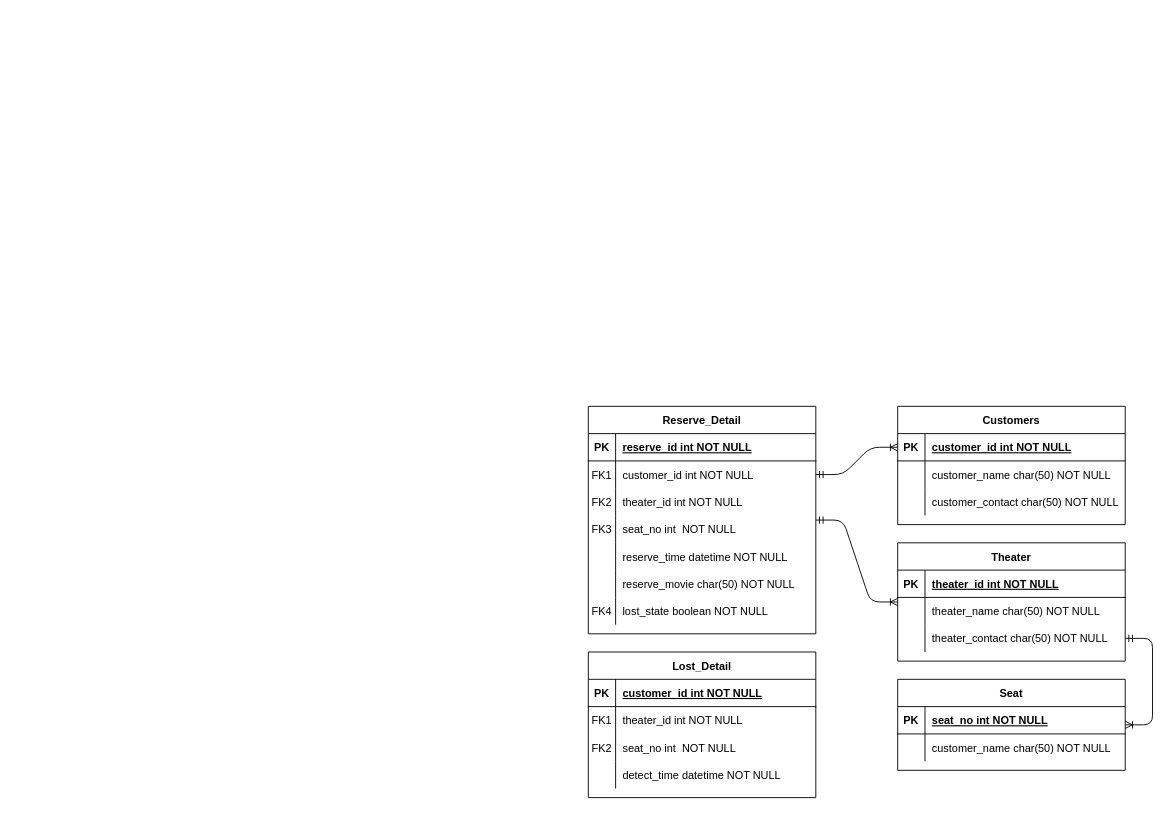
This is ERDiagram.drawio from DKU-Song2-mushroom-HanJung-sik/Matsutake, a draw.io file, before an edit. Source tidied: cells renumbered, new cells numbered last; positions are measured from the earlier drawing's top-left corner, leaving out a move shared by most shapes. Both pictures are drawn from the tidied source at 91%, with x=0, y=0 at pixel (588, 406).
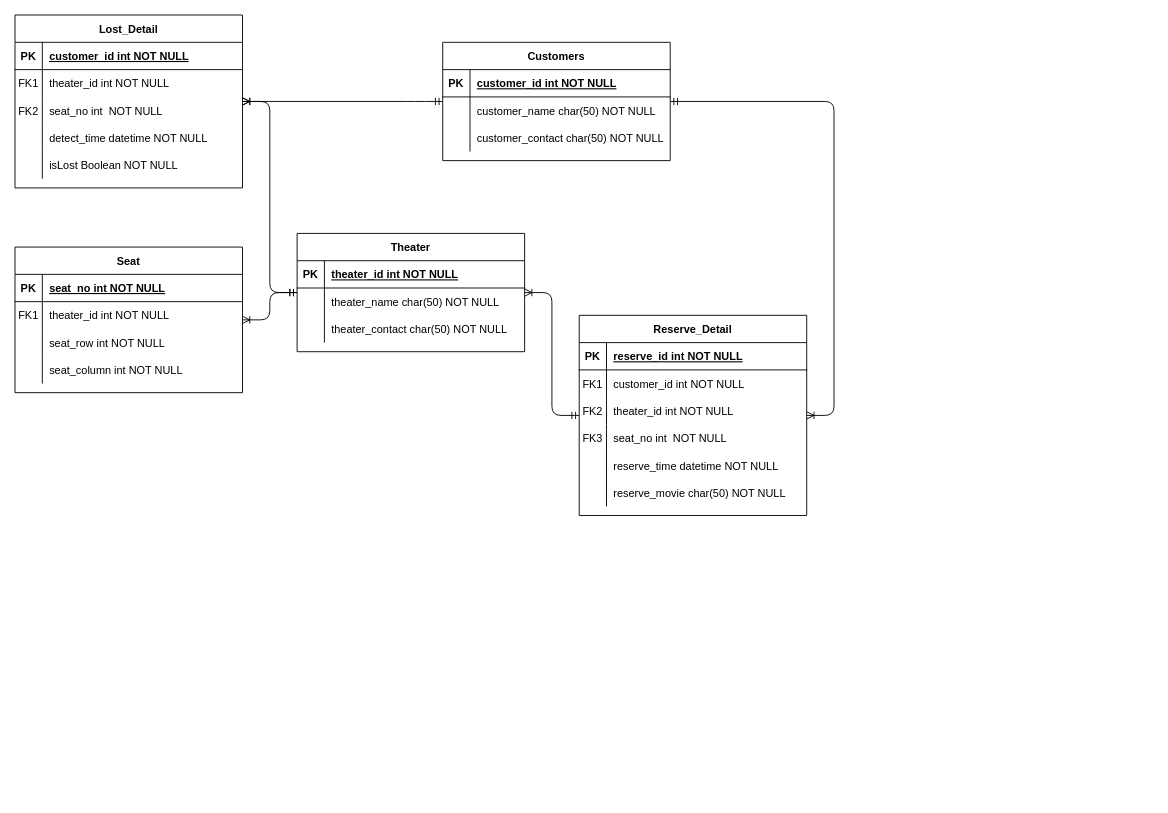
After the change.

Unchanged cells that the change refers to:
```xml
<mxCell id="6" style="shape=partialRectangle;fillColor=none;points=[[0,0.5],[1,0.5]];portConstraint=eastwest;top=0;left=0;right=0;bottom=0;" parent="2" vertex="1">
  <mxGeometry y="60" width="250" height="30" as="geometry" />
</mxCell>
<mxCell id="31" style="shape=partialRectangle;fillColor=none;points=[[0,0.5],[1,0.5]];portConstraint=eastwest;top=0;left=0;right=0;bottom=0;" parent="24" vertex="1">
  <mxGeometry y="90" width="250" height="30" as="geometry" />
</mxCell>
<mxCell id="38" style="shape=partialRectangle;fillColor=none;top=0;left=0;right=0;bottom=0;" parent="34" vertex="1">
  <mxGeometry y="60" width="250" height="30" as="geometry" />
</mxCell>
<mxCell id="42" style="shape=partialRectangle;fillColor=none;points=[[0,0.5],[1,0.5]];portConstraint=eastwest;top=0;left=0;right=0;bottom=1;" parent="41" vertex="1">
  <mxGeometry y="30" width="250" height="30" as="geometry" />
</mxCell>
```

Change to the diagram source:
```diff
@@
     <mxCell id="2" value="Reserve_Detail" style="shape=table;startSize=30;childLayout=tableLayout;rowLines=0;fontStyle=1;align=center;" parent="1" vertex="1">
-      <mxGeometry width="250" height="250" as="geometry" />
+      <mxGeometry x="-10" y="-100" width="250" height="220" as="geometry" />
     </mxCell>
@@
-    <mxCell id="21" style="shape=partialRectangle;fillColor=none;top=0;left=0;right=0;bottom=0;" parent="2" vertex="1">
-      <mxGeometry y="210" width="250" height="30" as="geometry" />
-    </mxCell>
-    <mxCell id="22" value="FK4" style="shape=partialRectangle;overflow=hidden;fillColor=none;top=0;left=0;bottom=0;right=0;" parent="21" vertex="1">
-      <mxGeometry width="30" height="30" as="geometry" />
-    </mxCell>
-    <mxCell id="23" value="lost_state boolean NOT NULL" style="shape=partialRectangle;overflow=hidden;fillColor=none;top=0;left=0;bottom=0;right=0;align=left;spacingLeft=6;" parent="21" vertex="1">
-      <mxGeometry x="30" width="220" height="30" as="geometry" />
-    </mxCell>
     <mxCell id="24" value="Theater" style="shape=table;startSize=30;childLayout=tableLayout;rowLines=0;fontStyle=1;align=center;" parent="1" vertex="1">
-      <mxGeometry x="340" y="150" width="250" height="130" as="geometry" />
+      <mxGeometry x="-320" y="-190" width="250" height="130" as="geometry" />
     </mxCell>
@@
     <mxCell id="34" value="Seat" style="shape=table;startSize=30;childLayout=tableLayout;rowLines=0;fontStyle=1;align=center;" parent="1" vertex="1">
-      <mxGeometry x="340" y="300" width="250" height="100" as="geometry" />
+      <mxGeometry x="-630" y="-175" width="250" height="160" as="geometry" />
     </mxCell>
@@
-    <mxCell id="39" style="shape=partialRectangle;overflow=hidden;fillColor=none;top=0;left=0;bottom=0;right=0;" parent="38" vertex="1">
+    <mxCell id="39" value="FK1" style="shape=partialRectangle;overflow=hidden;fillColor=none;top=0;left=0;bottom=0;right=0;" parent="38" vertex="1">
       <mxGeometry width="30" height="30" as="geometry" />
     </mxCell>
-    <mxCell id="40" value="customer_name char(50) NOT NULL" style="shape=partialRectangle;overflow=hidden;fillColor=none;top=0;left=0;bottom=0;right=0;align=left;spacingLeft=6;" parent="38" vertex="1">
+    <mxCell id="40" value="theater_id int NOT NULL" style="shape=partialRectangle;overflow=hidden;fillColor=none;top=0;left=0;bottom=0;right=0;align=left;spacingLeft=6;" parent="38" vertex="1">
       <mxGeometry x="30" width="220" height="30" as="geometry" />
     </mxCell>
+    <mxCell id="68" style="shape=partialRectangle;fillColor=none;top=0;left=0;right=0;bottom=0;" parent="34" vertex="1">
+      <mxGeometry y="90" width="250" height="30" as="geometry" />
+    </mxCell>
+    <mxCell id="69" style="shape=partialRectangle;overflow=hidden;fillColor=none;top=0;left=0;bottom=0;right=0;" parent="68" vertex="1">
+      <mxGeometry width="30" height="30" as="geometry" />
+    </mxCell>
+    <mxCell id="70" value="seat_row int NOT NULL" style="shape=partialRectangle;overflow=hidden;fillColor=none;top=0;left=0;bottom=0;right=0;align=left;spacingLeft=6;" parent="68" vertex="1">
+      <mxGeometry x="30" width="220" height="30" as="geometry" />
+    </mxCell>
+    <mxCell id="71" style="shape=partialRectangle;fillColor=none;top=0;left=0;right=0;bottom=0;" parent="34" vertex="1">
+      <mxGeometry y="120" width="250" height="30" as="geometry" />
+    </mxCell>
+    <mxCell id="72" style="shape=partialRectangle;overflow=hidden;fillColor=none;top=0;left=0;bottom=0;right=0;" parent="71" vertex="1">
+      <mxGeometry width="30" height="30" as="geometry" />
+    </mxCell>
+    <mxCell id="73" value="seat_column int NOT NULL" style="shape=partialRectangle;overflow=hidden;fillColor=none;top=0;left=0;bottom=0;right=0;align=left;spacingLeft=6;" parent="71" vertex="1">
+      <mxGeometry x="30" width="220" height="30" as="geometry" />
+    </mxCell>
     <mxCell id="41" value="Customers" style="shape=table;startSize=30;childLayout=tableLayout;rowLines=0;fontStyle=1;align=center;" parent="1" vertex="1">
-      <mxGeometry x="340" width="250" height="130" as="geometry" />
+      <mxGeometry x="-160" y="-400" width="250" height="130" as="geometry" />
     </mxCell>
@@
     <mxCell id="51" value="Lost_Detail" style="shape=table;startSize=30;childLayout=tableLayout;rowLines=0;fontStyle=1;align=center;" parent="1" vertex="1">
-      <mxGeometry y="270" width="250" height="160" as="geometry" />
+      <mxGeometry x="-630" y="-430" width="250" height="190" as="geometry" />
     </mxCell>
@@
+    <mxCell id="74" style="shape=partialRectangle;fillColor=none;top=0;left=0;right=0;bottom=0;" parent="51" vertex="1">
+      <mxGeometry y="150" width="250" height="30" as="geometry" />
+    </mxCell>
+    <mxCell id="75" style="shape=partialRectangle;overflow=hidden;fillColor=none;top=0;left=0;bottom=0;right=0;" parent="74" vertex="1">
+      <mxGeometry width="30" height="30" as="geometry" />
+    </mxCell>
+    <mxCell id="76" value="isLost Boolean NOT NULL" style="shape=partialRectangle;overflow=hidden;fillColor=none;top=0;left=0;bottom=0;right=0;align=left;spacingLeft=6;" parent="74" vertex="1">
+      <mxGeometry x="30" width="220" height="30" as="geometry" />
+    </mxCell>
-    <mxCell id="64" style="edgeStyle=entityRelationEdgeStyle;fontSize=12;html=1;endArrow=ERoneToMany;startArrow=ERmandOne;exitX=1;exitY=0.5;exitDx=0;exitDy=0;" parent="1" edge="1" source="31" target="34">
+    <mxCell id="64" style="edgeStyle=entityRelationEdgeStyle;fontSize=12;html=1;endArrow=ERoneToMany;startArrow=ERmandOne;" parent="1" edge="1" source="24" target="34">
       <mxGeometry relative="1" as="geometry" />
     </mxCell>
@@
-    <mxCell id="67" style="edgeStyle=entityRelationEdgeStyle;fontSize=12;html=1;endArrow=ERoneToMany;startArrow=ERmandOne;exitX=1;exitY=0.5;exitDx=0;exitDy=0;entryX=0;entryY=0.5;entryDx=0;entryDy=0;" parent="1" edge="1" source="6" target="42">
+    <mxCell id="67" style="edgeStyle=entityRelationEdgeStyle;fontSize=12;html=1;endArrow=ERoneToMany;startArrow=ERmandOne;" parent="1" edge="1" source="41" target="2">
       <mxGeometry relative="1" as="geometry" />
     </mxCell>
+    <mxCell id="77" style="edgeStyle=entityRelationEdgeStyle;fontSize=12;html=1;endArrow=ERoneToMany;startArrow=ERmandOne;" parent="1" edge="1" source="41" target="51">
+      <mxGeometry relative="1" as="geometry" />
+    </mxCell>
+    <mxCell id="78" style="edgeStyle=entityRelationEdgeStyle;fontSize=12;html=1;endArrow=ERoneToMany;startArrow=ERmandOne;" parent="1" edge="1" source="24" target="51">
+      <mxGeometry relative="1" as="geometry" />
+    </mxCell>
```
